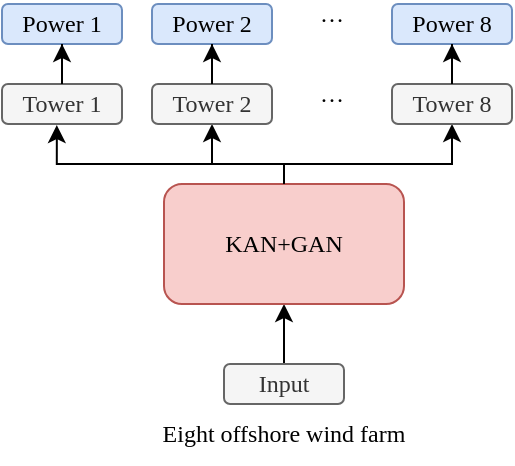
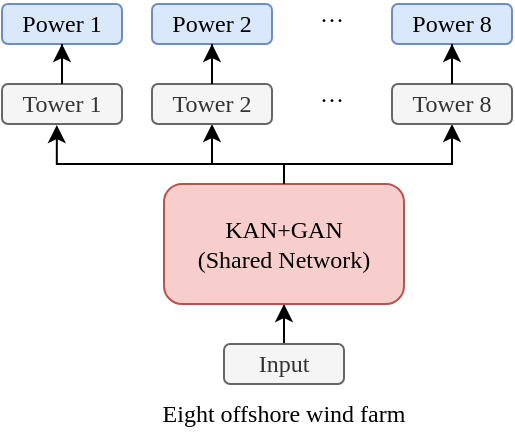
<mxfile host="app.diagrams.net" agent="Mozilla/5.0 (Windows NT 10.0; Win64; x64) AppleWebKit/537.36 (KHTML, like Gecko) Chrome/145.0.0.0 Safari/537.36" version="29.6.3">
  <diagram name="第 1 页" id="kMOEjnf2m4gCsTgA1ALF">
-     <mxGraphModel dx="656" dy="338" grid="1" gridSize="10" guides="1" tooltips="1" connect="1" arrows="1" fold="1" page="1" pageScale="1" pageWidth="827" pageHeight="1169" math="0" shadow="0">
+     <mxGraphModel dx="780" dy="402" grid="1" gridSize="10" guides="1" tooltips="1" connect="1" arrows="1" fold="1" page="1" pageScale="1" pageWidth="827" pageHeight="1169" math="0" shadow="0">
      <root>
        <mxCell id="0" />
        <mxCell id="1" parent="0" />
        <mxCell id="ZLksKjjpbMuCjL11xuUw-4" edge="1" parent="1" source="ZLksKjjpbMuCjL11xuUw-1" style="edgeStyle=orthogonalEdgeStyle;rounded=0;orthogonalLoop=1;jettySize=auto;html=1;" target="ZLksKjjpbMuCjL11xuUw-3">
          <mxGeometry relative="1" as="geometry" />
        </mxCell>
        <mxCell id="ZLksKjjpbMuCjL11xuUw-1" parent="1" style="rounded=1;whiteSpace=wrap;html=1;fontFamily=Times New Roman;fillColor=#f5f5f5;fontColor=#333333;strokeColor=#666666;" value="Input" vertex="1">
-           <mxGeometry height="20" width="60" x="525" y="320" as="geometry" />
+           <mxGeometry height="20" width="60" x="525" y="310" as="geometry" />
        </mxCell>
        <mxCell id="ZLksKjjpbMuCjL11xuUw-2" parent="1" style="text;html=1;whiteSpace=wrap;strokeColor=none;fillColor=none;align=center;verticalAlign=middle;rounded=0;fontFamily=Times New Roman;" value="Eight offshore wind farm" vertex="1">
-           <mxGeometry height="30" width="150" x="480" y="340" as="geometry" />
+           <mxGeometry height="30" width="150" x="480" y="330" as="geometry" />
        </mxCell>
        <mxCell id="ZLksKjjpbMuCjL11xuUw-11" edge="1" parent="1" source="ZLksKjjpbMuCjL11xuUw-3" style="edgeStyle=orthogonalEdgeStyle;rounded=0;orthogonalLoop=1;jettySize=auto;html=1;entryX=0.5;entryY=1;entryDx=0;entryDy=0;" target="ZLksKjjpbMuCjL11xuUw-6">
          <mxGeometry relative="1" as="geometry">
            <Array as="points">
              <mxPoint x="555" y="220" />
              <mxPoint x="519" y="220" />
            </Array>
          </mxGeometry>
        </mxCell>
        <mxCell id="ZLksKjjpbMuCjL11xuUw-12" edge="1" parent="1" source="ZLksKjjpbMuCjL11xuUw-3" style="edgeStyle=orthogonalEdgeStyle;rounded=0;orthogonalLoop=1;jettySize=auto;html=1;entryX=0.5;entryY=1;entryDx=0;entryDy=0;" target="ZLksKjjpbMuCjL11xuUw-7">
          <mxGeometry relative="1" as="geometry">
            <Array as="points">
              <mxPoint x="555" y="220" />
              <mxPoint x="639" y="220" />
            </Array>
          </mxGeometry>
        </mxCell>
-         <mxCell id="ZLksKjjpbMuCjL11xuUw-3" parent="1" style="rounded=1;whiteSpace=wrap;html=1;fillColor=#f8cecc;strokeColor=#b85450;" value="&lt;font face=&quot;Times New Roman&quot;&gt;KAN+GAN&lt;/font&gt;" vertex="1">
+         <mxCell id="ZLksKjjpbMuCjL11xuUw-3" parent="1" style="rounded=1;whiteSpace=wrap;html=1;fillColor=#f8cecc;strokeColor=#b85450;" value="&lt;font face=&quot;Times New Roman&quot;&gt;KAN+GAN&lt;/font&gt;&lt;div&gt;&lt;font face=&quot;Times New Roman&quot;&gt;(&lt;/font&gt;&lt;span style=&quot;background-color: transparent; font-size: 12px;&quot;&gt;&lt;font face=&quot;Times New Roman&quot;&gt;Shared Network&lt;/font&gt;&lt;/span&gt;&lt;span style=&quot;font-family: &amp;quot;Times New Roman&amp;quot;; background-color: transparent; color: light-dark(rgb(0, 0, 0), rgb(255, 255, 255));&quot;&gt;)&lt;/span&gt;&lt;/div&gt;" vertex="1">
          <mxGeometry height="60" width="120" x="495" y="230" as="geometry" />
        </mxCell>
        <mxCell id="ZLksKjjpbMuCjL11xuUw-9" connectable="0" parent="1" style="group" value="" vertex="1">
          <mxGeometry height="20" width="255" x="414" y="180" as="geometry" />
        </mxCell>
        <mxCell id="ZLksKjjpbMuCjL11xuUw-5" parent="ZLksKjjpbMuCjL11xuUw-9" style="rounded=1;whiteSpace=wrap;html=1;fontFamily=Times New Roman;fillColor=#f5f5f5;fontColor=#333333;strokeColor=#666666;" value="Tower 1" vertex="1">
          <mxGeometry height="20" width="60" as="geometry" />
        </mxCell>
        <mxCell id="ZLksKjjpbMuCjL11xuUw-6" parent="ZLksKjjpbMuCjL11xuUw-9" style="rounded=1;whiteSpace=wrap;html=1;fontFamily=Times New Roman;fillColor=#f5f5f5;fontColor=#333333;strokeColor=#666666;" value="Tower 2" vertex="1">
          <mxGeometry height="20" width="60" x="75" as="geometry" />
        </mxCell>
        <mxCell id="ZLksKjjpbMuCjL11xuUw-7" parent="ZLksKjjpbMuCjL11xuUw-9" style="rounded=1;whiteSpace=wrap;html=1;fontFamily=Times New Roman;fillColor=#f5f5f5;fontColor=#333333;strokeColor=#666666;" value="Tower 8" vertex="1">
          <mxGeometry height="20" width="60" x="195" as="geometry" />
        </mxCell>
        <mxCell id="ZLksKjjpbMuCjL11xuUw-8" parent="ZLksKjjpbMuCjL11xuUw-9" style="text;html=1;whiteSpace=wrap;strokeColor=none;fillColor=none;align=center;verticalAlign=middle;rounded=0;fontFamily=Times New Roman;" value="…" vertex="1">
          <mxGeometry height="10" width="60" x="135" as="geometry" />
        </mxCell>
        <mxCell id="ZLksKjjpbMuCjL11xuUw-10" edge="1" parent="1" source="ZLksKjjpbMuCjL11xuUw-3" style="edgeStyle=orthogonalEdgeStyle;rounded=0;orthogonalLoop=1;jettySize=auto;html=1;entryX=0.457;entryY=1.028;entryDx=0;entryDy=0;entryPerimeter=0;" target="ZLksKjjpbMuCjL11xuUw-5">
          <mxGeometry relative="1" as="geometry">
            <Array as="points">
              <mxPoint x="555" y="220" />
              <mxPoint x="441" y="220" />
            </Array>
          </mxGeometry>
        </mxCell>
        <mxCell id="ZLksKjjpbMuCjL11xuUw-13" connectable="0" parent="1" style="group" value="" vertex="1">
          <mxGeometry height="20" width="255" x="414" y="140" as="geometry" />
        </mxCell>
        <mxCell id="ZLksKjjpbMuCjL11xuUw-14" parent="ZLksKjjpbMuCjL11xuUw-13" style="rounded=1;whiteSpace=wrap;html=1;fontFamily=Times New Roman;fillColor=#dae8fc;strokeColor=#6c8ebf;" value="Power 1" vertex="1">
          <mxGeometry height="20" width="60" as="geometry" />
        </mxCell>
        <mxCell id="ZLksKjjpbMuCjL11xuUw-15" parent="ZLksKjjpbMuCjL11xuUw-13" style="rounded=1;whiteSpace=wrap;html=1;fontFamily=Times New Roman;fillColor=#dae8fc;strokeColor=#6c8ebf;" value="Power 2" vertex="1">
          <mxGeometry height="20" width="60" x="75" as="geometry" />
        </mxCell>
        <mxCell id="ZLksKjjpbMuCjL11xuUw-16" parent="ZLksKjjpbMuCjL11xuUw-13" style="rounded=1;whiteSpace=wrap;html=1;fontFamily=Times New Roman;fillColor=#dae8fc;strokeColor=#6c8ebf;" value="Power 8" vertex="1">
          <mxGeometry height="20" width="60" x="195" as="geometry" />
        </mxCell>
        <mxCell id="ZLksKjjpbMuCjL11xuUw-17" parent="ZLksKjjpbMuCjL11xuUw-13" style="text;html=1;whiteSpace=wrap;strokeColor=none;fillColor=none;align=center;verticalAlign=middle;rounded=0;fontFamily=Times New Roman;" value="…" vertex="1">
          <mxGeometry height="10" width="60" x="135" as="geometry" />
        </mxCell>
        <mxCell id="ZLksKjjpbMuCjL11xuUw-18" edge="1" parent="1" source="ZLksKjjpbMuCjL11xuUw-5" style="edgeStyle=orthogonalEdgeStyle;rounded=0;orthogonalLoop=1;jettySize=auto;html=1;entryX=0.5;entryY=1;entryDx=0;entryDy=0;" target="ZLksKjjpbMuCjL11xuUw-14">
          <mxGeometry relative="1" as="geometry" />
        </mxCell>
        <mxCell id="ZLksKjjpbMuCjL11xuUw-19" edge="1" parent="1" source="ZLksKjjpbMuCjL11xuUw-6" style="edgeStyle=orthogonalEdgeStyle;rounded=0;orthogonalLoop=1;jettySize=auto;html=1;entryX=0.5;entryY=1;entryDx=0;entryDy=0;" target="ZLksKjjpbMuCjL11xuUw-15">
          <mxGeometry relative="1" as="geometry" />
        </mxCell>
        <mxCell id="ZLksKjjpbMuCjL11xuUw-20" edge="1" parent="1" source="ZLksKjjpbMuCjL11xuUw-7" style="edgeStyle=orthogonalEdgeStyle;rounded=0;orthogonalLoop=1;jettySize=auto;html=1;entryX=0.5;entryY=1;entryDx=0;entryDy=0;" target="ZLksKjjpbMuCjL11xuUw-16">
          <mxGeometry relative="1" as="geometry" />
        </mxCell>
      </root>
    </mxGraphModel>
  </diagram>
</mxfile>
